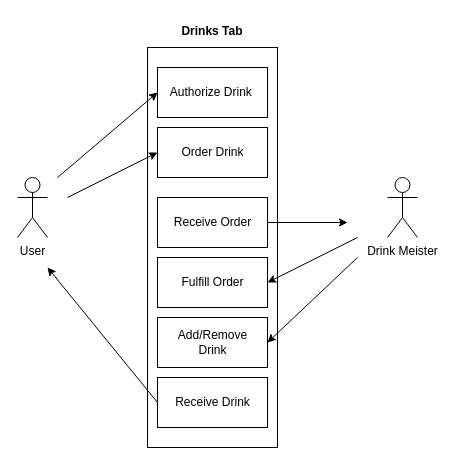
Earlier version of the draw.io diagram UseCaseDiagrams/DrinksUseCase.drawio (sbeckstrand/cs-3450-disk-golf). Source tidied: cells renumbered, new cells numbered last; positions are measured from the earlier drawing's top-left corner, leaving out a move shared by most shapes. Both pictures are drawn from the tidied source at 100%, with x=0, y=0 at pixel (17, 17).
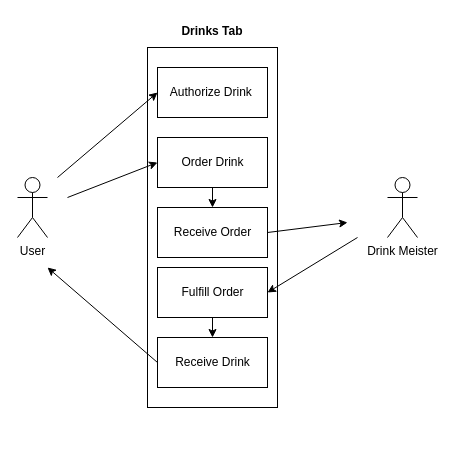
After the change.

What changed in the source:
```diff
@@
     <mxCell id="3" style="html=1;" parent="1" vertex="1">
-      <mxGeometry x="130" y="30" width="130" height="400" as="geometry" />
+      <mxGeometry x="130" y="30" width="130" height="360" as="geometry" />
     </mxCell>
@@
     <mxCell id="6" value="Order Drink" style="html=1;" parent="1" vertex="1">
-      <mxGeometry x="140" y="110" width="110" height="50" as="geometry" />
+      <mxGeometry x="140" y="120" width="110" height="50" as="geometry" />
     </mxCell>
@@
-    <mxCell id="8" value="Add/Remove&lt;br&gt;Drink" style="html=1;" parent="1" vertex="1">
-      <mxGeometry x="140" y="300" width="110" height="50" as="geometry" />
-    </mxCell>
     <mxCell id="9" value="Receive Drink" style="html=1;" parent="1" vertex="1">
-      <mxGeometry x="140" y="360" width="110" height="50" as="geometry" />
+      <mxGeometry x="140" y="320" width="110" height="50" as="geometry" />
     </mxCell>
     <mxCell id="10" value="Receive Order" style="html=1;" parent="1" vertex="1">
-      <mxGeometry x="140" y="180" width="110" height="50" as="geometry" />
+      <mxGeometry x="140" y="190" width="110" height="50" as="geometry" />
     </mxCell>
@@
-    <mxCell id="12" style="endArrow=classic;html=1;entryX=1;entryY=0.5;entryDx=0;entryDy=0;" parent="1" edge="1" target="8">
-      <mxGeometry relative="1" as="geometry">
-        <mxPoint x="340" y="240" as="sourcePoint" />
-      </mxGeometry>
-    </mxCell>
@@
     <mxCell id="14" value="Fulfill Order" style="html=1;" parent="1" vertex="1">
-      <mxGeometry x="140" y="240" width="110" height="50" as="geometry" />
+      <mxGeometry x="140" y="250" width="110" height="50" as="geometry" />
     </mxCell>
@@
+    <mxCell id="18" style="endArrow=classic;html=1;exitX=0.5;exitY=1;exitDx=0;exitDy=0;entryX=0.5;entryY=0;entryDx=0;entryDy=0;" parent="1" edge="1" source="14" target="9">
+      <mxGeometry relative="1" as="geometry" />
+    </mxCell>
+    <mxCell id="19" style="endArrow=classic;html=1;exitX=0.5;exitY=1;exitDx=0;exitDy=0;" parent="1" edge="1" source="6" target="10">
+      <mxGeometry relative="1" as="geometry" />
+    </mxCell>
```
